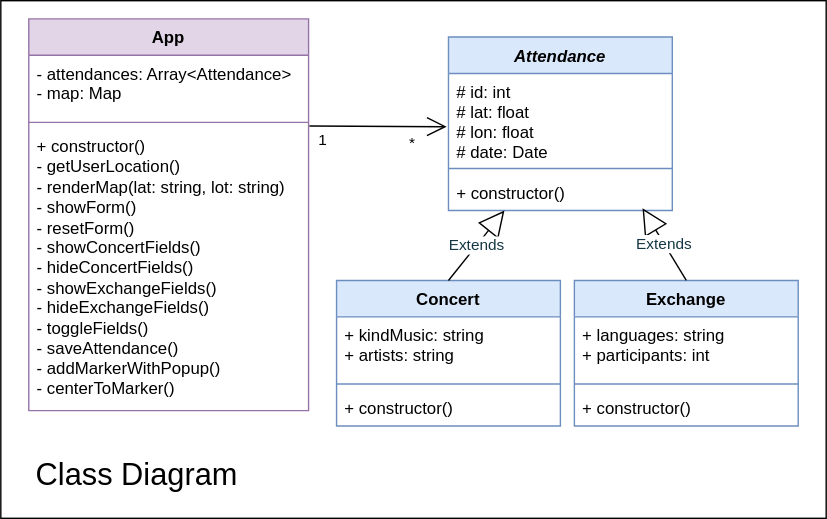
josenavarrohub/vanilla-js-eventify keeps this draw.io diagram as class-diagram.drawio.svg. Above is the earlier version. Source tidied: cells renumbered, new cells last; positions are measured from the earlier drawing's top-left corner, leaving out a move shared by most shapes.
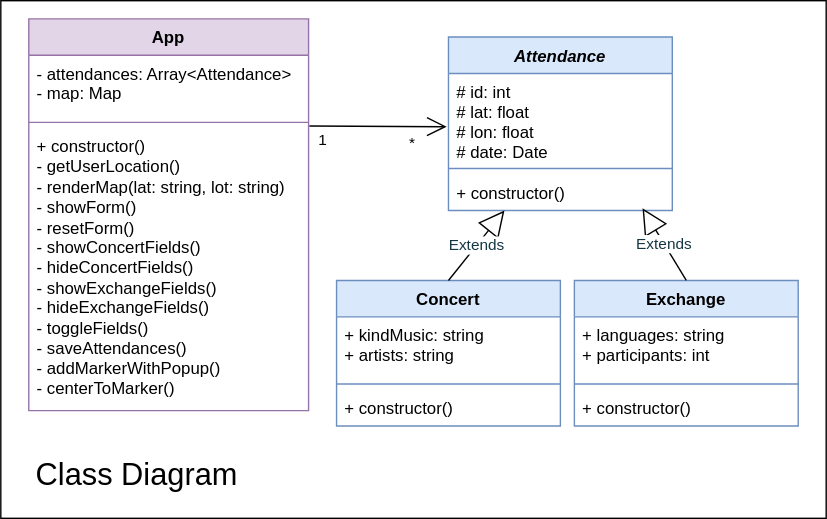
The same diagram one commit later.

What changed in the source:
```diff
@@ -59,7 +59,7 @@
     <mxCell id="20" style="line;strokeWidth=1;fillColor=none;align=left;verticalAlign=middle;spacingTop=-1;spacingLeft=3;spacingRight=3;labelPosition=right;strokeColor=inherit;" parent="18" vertex="1">
       <mxGeometry y="70" width="200" height="8" as="geometry" />
     </mxCell>
-    <mxCell id="21" value="+ constructor()&lt;br&gt;- getUserLocation()&lt;br&gt;- renderMap(lat: string, lot: string)&lt;br&gt;- showForm()&lt;br&gt;- resetForm()&lt;br&gt;- showConcertFields()&lt;br&gt;- hideConcertFields()&lt;br&gt;- showExchangeFields()&lt;br&gt;- hideExchangeFields()&lt;br&gt;- toggleFields()&lt;br&gt;- saveAttendance()&lt;br&gt;-&amp;nbsp;addMarkerWithPopup()&lt;br&gt;- centerToMarker()" style="text;strokeColor=none;fillColor=none;align=left;verticalAlign=top;spacingLeft=4;spacingRight=4;overflow=hidden;points=[[0,0.5],[1,0.5]];portConstraint=eastwest;whiteSpace=wrap;html=1;" parent="18" vertex="1">
+    <mxCell id="21" value="+ constructor()&lt;br&gt;- getUserLocation()&lt;br&gt;- renderMap(lat: string, lot: string)&lt;br&gt;- showForm()&lt;br&gt;- resetForm()&lt;br&gt;- showConcertFields()&lt;br&gt;- hideConcertFields()&lt;br&gt;- showExchangeFields()&lt;br&gt;- hideExchangeFields()&lt;br&gt;- toggleFields()&lt;br&gt;- saveAttendances()&lt;br&gt;-&amp;nbsp;addMarkerWithPopup()&lt;br&gt;- centerToMarker()" style="text;strokeColor=none;fillColor=none;align=left;verticalAlign=top;spacingLeft=4;spacingRight=4;overflow=hidden;points=[[0,0.5],[1,0.5]];portConstraint=eastwest;whiteSpace=wrap;html=1;" parent="18" vertex="1">
       <mxGeometry y="78" width="200" height="202" as="geometry" />
     </mxCell>
     <mxCell id="22" style="endArrow=open;endFill=1;endSize=12;html=1;rounded=0;exitX=1.003;exitY=-0.007;exitDx=0;exitDy=0;exitPerimeter=0;entryX=-0.008;entryY=0.595;entryDx=0;entryDy=0;entryPerimeter=0;" parent="1" edge="1" source="21" target="5">
```
